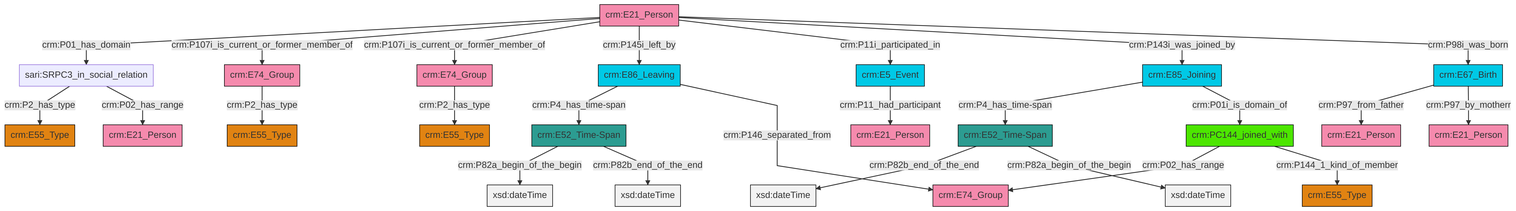
Above: et/personCSV/ttl/mmd/png/Person_Actor_Relations.png in swiss-art-research-net/docs.swissartresearch (Mermaid), before the change. Its source is kept beside it as et/personCSV/ttl/mmd/Person_Actor_Relations.ttl.mmd.
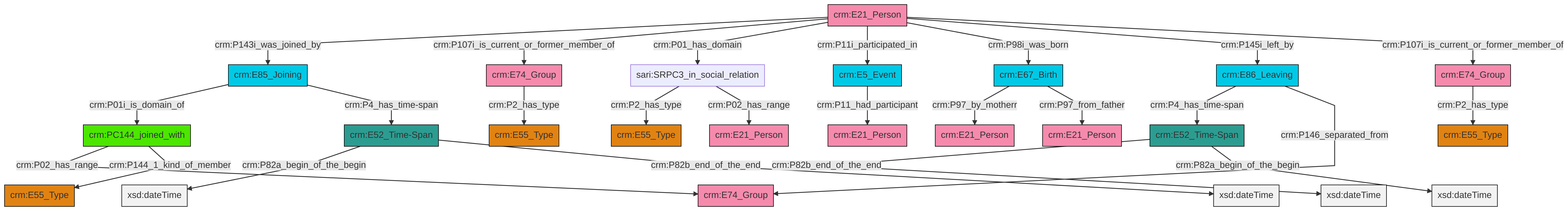
After the commit.

Change to the diagram source:
```diff
@@ -13,27 +13,27 @@
 classDef PC_Classes fill:#4ce600, stroke:#000000;
 classDef Multi fill:#cccccc,stroke:#000000;
 
-0["crm:E21_Person"]:::Actor -->|crm:P01_has_domain| 1["sari:SRPC3_in_social_relation"]:::Default
-0["crm:E21_Person"]:::Actor -->|crm:P107i_is_current_or_former_member_of| 8["crm:E74_Group"]:::Actor
-9["crm:E86_Leaving"]:::Temporal_Entity -->|crm:P4_has_time-span| 10["crm:E52_Time-Span"]:::Time-Span
-0["crm:E21_Person"]:::Actor -->|crm:P107i_is_current_or_former_member_of| 11["crm:E74_Group"]:::Actor
-15["crm:E67_Birth"]:::Temporal_Entity -->|crm:P97_from_father| 2["crm:E21_Person"]:::Actor
-10["crm:E52_Time-Span"]:::Time-Span -->|crm:P82a_begin_of_the_begin| 16[xsd:dateTime]:::Literal
-11["crm:E74_Group"]:::Actor -->|crm:P2_has_type| 17["crm:E55_Type"]:::Type
-1["sari:SRPC3_in_social_relation"]:::Default -->|crm:P2_has_type| 18["crm:E55_Type"]:::Type
-8["crm:E74_Group"]:::Actor -->|crm:P2_has_type| 4["crm:E55_Type"]:::Type
-0["crm:E21_Person"]:::Actor -->|crm:P145i_left_by| 9["crm:E86_Leaving"]:::Temporal_Entity
-24["crm:E52_Time-Span"]:::Time-Span -->|crm:P82b_end_of_the_end| 25[xsd:dateTime]:::Literal
-0["crm:E21_Person"]:::Actor -->|crm:P11i_participated_in| 12["crm:E5_Event"]:::Temporal_Entity
-19["crm:PC144_joined_with"]:::PC_Classes -->|crm:P02_has_range| 28["crm:E74_Group"]:::Actor
-0["crm:E21_Person"]:::Actor -->|crm:P143i_was_joined_by| 6["crm:E85_Joining"]:::Temporal_Entity
-19["crm:PC144_joined_with"]:::PC_Classes -->|crm:P144_1_kind_of_member| 26["crm:E55_Type"]:::Type
-12["crm:E5_Event"]:::Temporal_Entity -->|crm:P11_had_participant| 32["crm:E21_Person"]:::Actor
-6["crm:E85_Joining"]:::Temporal_Entity -->|crm:P4_has_time-span| 24["crm:E52_Time-Span"]:::Time-Span
-10["crm:E52_Time-Span"]:::Time-Span -->|crm:P82b_end_of_the_end| 38[xsd:dateTime]:::Literal
-1["sari:SRPC3_in_social_relation"]:::Default -->|crm:P02_has_range| 39["crm:E21_Person"]:::Actor
-0["crm:E21_Person"]:::Actor -->|crm:P98i_was_born| 15["crm:E67_Birth"]:::Temporal_Entity
-24["crm:E52_Time-Span"]:::Time-Span -->|crm:P82a_begin_of_the_begin| 41[xsd:dateTime]:::Literal
-6["crm:E85_Joining"]:::Temporal_Entity -->|crm:P01i_is_domain_of| 19["crm:PC144_joined_with"]:::PC_Classes
-15["crm:E67_Birth"]:::Temporal_Entity -->|crm:P97_by_motherr| 36["crm:E21_Person"]:::Actor
-9["crm:E86_Leaving"]:::Temporal_Entity -->|crm:P146_separated_from| 28["crm:E74_Group"]:::Actor
+2["crm:E52_Time-Span"]:::Time-Span -->|crm:P82a_begin_of_the_begin| 3[xsd:dateTime]:::Literal
+4["crm:E85_Joining"]:::Temporal_Entity -->|crm:P01i_is_domain_of| 5["crm:PC144_joined_with"]:::PC_Classes
+6["crm:E74_Group"]:::Actor -->|crm:P2_has_type| 7["crm:E55_Type"]:::Type
+5["crm:PC144_joined_with"]:::PC_Classes -->|crm:P02_has_range| 14["crm:E74_Group"]:::Actor
+5["crm:PC144_joined_with"]:::PC_Classes -->|crm:P144_1_kind_of_member| 0["crm:E55_Type"]:::Type
+15["sari:SRPC3_in_social_relation"]:::Default -->|crm:P2_has_type| 12["crm:E55_Type"]:::Type
+4["crm:E85_Joining"]:::Temporal_Entity -->|crm:P4_has_time-span| 2["crm:E52_Time-Span"]:::Time-Span
+24["crm:E21_Person"]:::Actor -->|crm:P143i_was_joined_by| 4["crm:E85_Joining"]:::Temporal_Entity
+15["sari:SRPC3_in_social_relation"]:::Default -->|crm:P02_has_range| 28["crm:E21_Person"]:::Actor
+19["crm:E86_Leaving"]:::Temporal_Entity -->|crm:P4_has_time-span| 25["crm:E52_Time-Span"]:::Time-Span
+24["crm:E21_Person"]:::Actor -->|crm:P107i_is_current_or_former_member_of| 6["crm:E74_Group"]:::Actor
+9["crm:E67_Birth"]:::Temporal_Entity -->|crm:P97_by_motherr| 22["crm:E21_Person"]:::Actor
+25["crm:E52_Time-Span"]:::Time-Span -->|crm:P82b_end_of_the_end| 29[xsd:dateTime]:::Literal
+24["crm:E21_Person"]:::Actor -->|crm:P01_has_domain| 15["sari:SRPC3_in_social_relation"]:::Default
+33["crm:E74_Group"]:::Actor -->|crm:P2_has_type| 17["crm:E55_Type"]:::Type
+2["crm:E52_Time-Span"]:::Time-Span -->|crm:P82b_end_of_the_end| 41[xsd:dateTime]:::Literal
+24["crm:E21_Person"]:::Actor -->|crm:P11i_participated_in| 39["crm:E5_Event"]:::Temporal_Entity
+25["crm:E52_Time-Span"]:::Time-Span -->|crm:P82a_begin_of_the_begin| 42[xsd:dateTime]:::Literal
+24["crm:E21_Person"]:::Actor -->|crm:P98i_was_born| 9["crm:E67_Birth"]:::Temporal_Entity
+24["crm:E21_Person"]:::Actor -->|crm:P145i_left_by| 19["crm:E86_Leaving"]:::Temporal_Entity
+19["crm:E86_Leaving"]:::Temporal_Entity -->|crm:P146_separated_from| 14["crm:E74_Group"]:::Actor
+39["crm:E5_Event"]:::Temporal_Entity -->|crm:P11_had_participant| 35["crm:E21_Person"]:::Actor
+24["crm:E21_Person"]:::Actor -->|crm:P107i_is_current_or_former_member_of| 33["crm:E74_Group"]:::Actor
+9["crm:E67_Birth"]:::Temporal_Entity -->|crm:P97_from_father| 44["crm:E21_Person"]:::Actor
```
